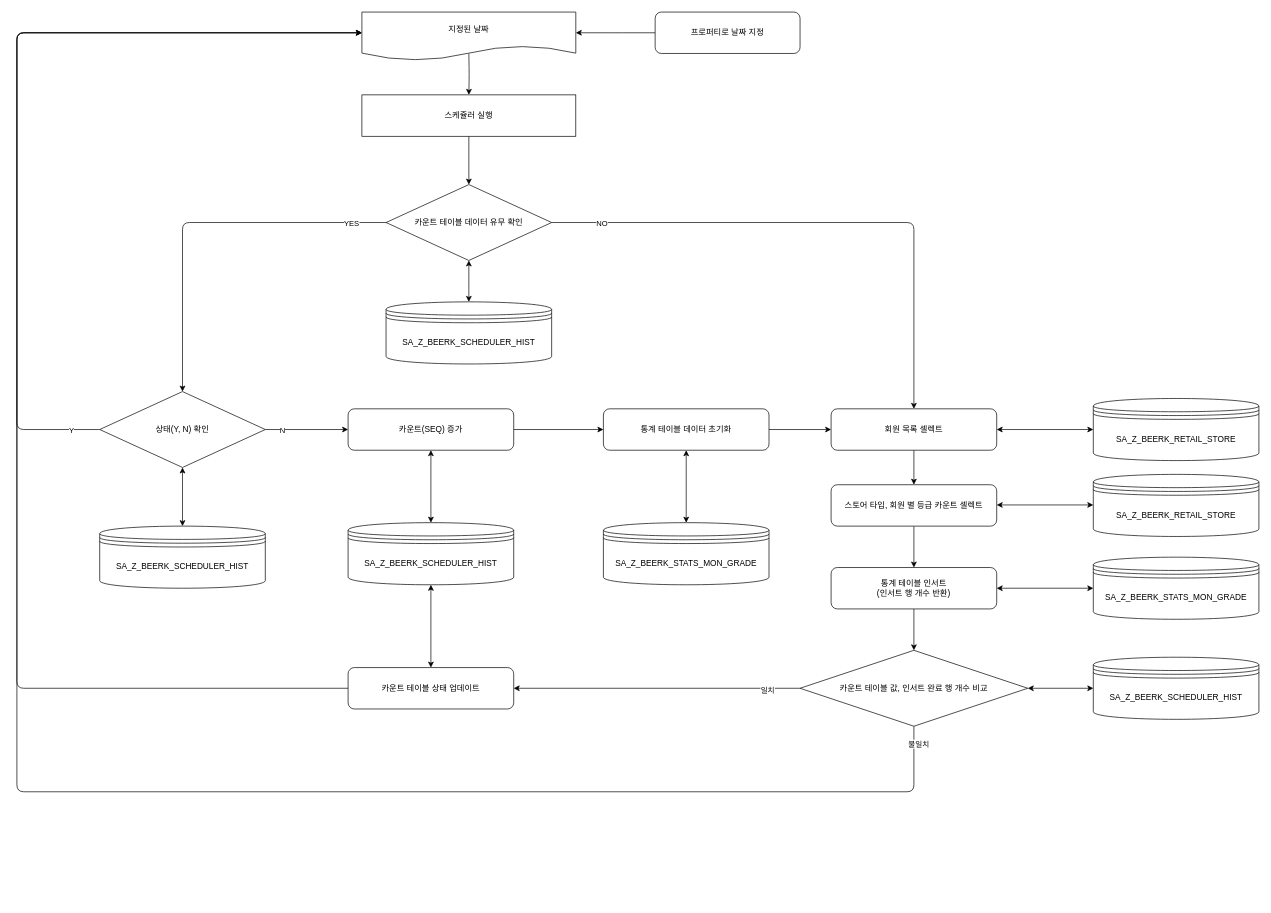
lchj333/Algorism_practice keeps this draw.io diagram as Untitled Diagram.drawio. Above is the earlier version. Source tidied: cells renumbered, new cells numbered last; positions are measured from the earlier drawing's top-left corner, leaving out a move shared by most shapes. Both pictures are drawn from the tidied source at 69%, with x=0, y=0 at pixel (17, 12).
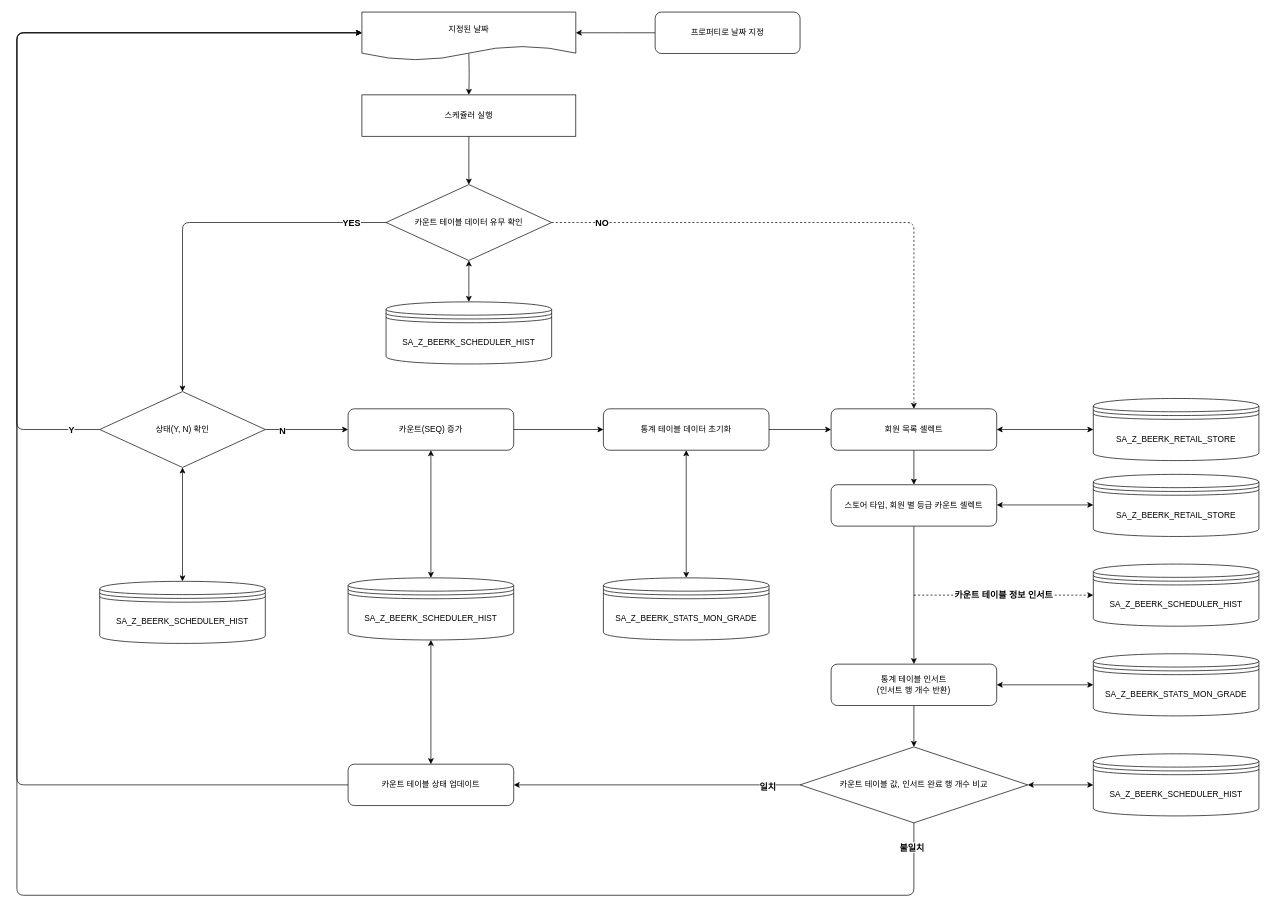
Above is the later version.

The change refers to these unchanged cells:
```xml
<mxCell id="2" style="edgeStyle=orthogonalEdgeStyle;curved=0;rounded=1;sketch=0;jettySize=auto;html=1;" parent="1" edge="1" source="6" target="18">
  <mxGeometry relative="1" as="geometry" />
</mxCell>
<mxCell id="6" value="카운트 테이블 데이터 유무 확인" style="rhombus;whiteSpace=wrap;html=1;rounded=0;sketch=0;" parent="1" vertex="1">
  <mxGeometry x="535" y="250" width="240" height="110" as="geometry" />
</mxCell>
<mxCell id="13" value="회원 목록 셀렉트" style="rounded=1;whiteSpace=wrap;html=1;sketch=0;" parent="1" vertex="1">
  <mxGeometry x="1180" y="575" width="240" height="60" as="geometry" />
</mxCell>
<mxCell id="14" style="edgeStyle=orthogonalEdgeStyle;curved=0;rounded=1;sketch=0;jettySize=auto;html=1;entryX=0;entryY=0.5;entryDx=0;entryDy=0;" parent="1" edge="1" source="18">
  <mxGeometry relative="1" as="geometry">
    <mxPoint x="500" y="30" as="targetPoint" />
    <Array as="points">
      <mxPoint y="605" />
      <mxPoint y="30" />
    </Array>
  </mxGeometry>
</mxCell>
<mxCell id="16" style="edgeStyle=orthogonalEdgeStyle;curved=0;rounded=1;sketch=0;jettySize=auto;html=1;" parent="1" edge="1" source="18" target="20">
  <mxGeometry relative="1" as="geometry" />
</mxCell>
<mxCell id="29" style="edgeStyle=orthogonalEdgeStyle;curved=0;rounded=1;sketch=0;jettySize=auto;html=1;" parent="1" edge="1" source="33" target="24">
  <mxGeometry relative="1" as="geometry" />
</mxCell>
```

What changed in the source:
```diff
@@
-    <mxCell id="3" value="YES" style="edgeLabel;html=1;align=center;verticalAlign=middle;" parent="2" vertex="1">
+    <mxCell id="3" value="YES" style="edgeLabel;html=1;align=center;verticalAlign=middle;fontStyle=1;fontSize=13;" parent="2" vertex="1">
       <mxGeometry x="-0.81" relative="1" as="geometry" />
     </mxCell>
-    <mxCell id="4" style="edgeStyle=orthogonalEdgeStyle;curved=0;rounded=1;sketch=0;jettySize=auto;html=1;" parent="1" edge="1" source="6" target="13">
+    <mxCell id="4" style="edgeStyle=orthogonalEdgeStyle;curved=0;rounded=1;sketch=0;jettySize=auto;html=1;dashed=1;" parent="1" edge="1" source="6" target="13">
       <mxGeometry relative="1" as="geometry" />
     </mxCell>
-    <mxCell id="5" value="NO" style="edgeLabel;html=1;align=center;verticalAlign=middle;" parent="4" vertex="1">
+    <mxCell id="5" value="NO" style="edgeLabel;html=1;align=center;verticalAlign=middle;fontStyle=1;fontSize=13;" parent="4" vertex="1">
       <mxGeometry x="-0.78" relative="1" as="geometry">
         <mxPoint x="-15" as="offset" />
       </mxGeometry>
     </mxCell>
@@
-    <mxCell id="15" value="Y" style="edgeLabel;html=1;align=center;verticalAlign=middle;" parent="14" vertex="1">
+    <mxCell id="15" value="Y" style="edgeLabel;html=1;align=center;verticalAlign=middle;fontStyle=1;fontSize=13;" parent="14" vertex="1">
       <mxGeometry x="-0.93" relative="1" as="geometry" />
     </mxCell>
@@
-    <mxCell id="17" value="N" style="edgeLabel;html=1;align=center;verticalAlign=middle;" parent="16" vertex="1">
+    <mxCell id="17" value="N" style="edgeLabel;html=1;align=center;verticalAlign=middle;fontStyle=1;fontSize=13;" parent="16" vertex="1">
       <mxGeometry x="-0.6" y="-1" relative="1" as="geometry" />
     </mxCell>
@@
-    <mxCell id="23" style="edgeStyle=orthogonalEdgeStyle;curved=0;rounded=1;sketch=0;jettySize=auto;html=1;entryX=0;entryY=0.5;entryDx=0;entryDy=0;" parent="1" edge="1" source="24">
+    <mxCell id="23" style="edgeStyle=orthogonalEdgeStyle;curved=0;rounded=1;sketch=0;jettySize=auto;html=1;entryX=0;entryY=0.5;entryDx=0;entryDy=0;exitX=0;exitY=0.5;exitDx=0;exitDy=0;" parent="1" edge="1" source="24">
       <mxGeometry relative="1" as="geometry">
         <mxPoint x="500" y="30" as="targetPoint" />
         <Array as="points">
-          <mxPoint y="980" />
+          <mxPoint y="1120" />
           <mxPoint y="30" />
         </Array>
       </mxGeometry>
     </mxCell>
     <mxCell id="24" value="카운트 테이블 상태 업데이트" style="rounded=1;whiteSpace=wrap;html=1;sketch=0;" parent="1" vertex="1">
-      <mxGeometry x="480" y="950" width="240" height="60" as="geometry" />
+      <mxGeometry x="480" y="1090" width="240" height="60" as="geometry" />
     </mxCell>
@@
     <mxCell id="26" value="통계 테이블 인서트&lt;br&gt;(인서트 행 개수 반환)" style="rounded=1;whiteSpace=wrap;html=1;sketch=0;" parent="1" vertex="1">
-      <mxGeometry x="1180" y="805" width="240" height="60" as="geometry" />
+      <mxGeometry x="1180" y="945" width="240" height="60" as="geometry" />
     </mxCell>
@@
-    <mxCell id="30" value="일치" style="edgeLabel;html=1;align=center;verticalAlign=middle;" parent="29" vertex="1">
+    <mxCell id="30" value="일치" style="edgeLabel;html=1;align=center;verticalAlign=middle;fontStyle=1;fontSize=13;" parent="29" vertex="1">
       <mxGeometry x="-0.77" y="2" relative="1" as="geometry" />
     </mxCell>
     <mxCell id="31" style="edgeStyle=orthogonalEdgeStyle;curved=0;rounded=1;sketch=0;jettySize=auto;html=1;entryX=0;entryY=0.5;entryDx=0;entryDy=0;" parent="1" edge="1" source="33">
       <mxGeometry relative="1" as="geometry">
         <mxPoint x="500" y="30" as="targetPoint" />
         <Array as="points">
-          <mxPoint x="1300" y="1130" />
-          <mxPoint y="1130" />
+          <mxPoint x="1300" y="1280" />
+          <mxPoint y="1280" />
           <mxPoint y="30" />
         </Array>
       </mxGeometry>
     </mxCell>
-    <mxCell id="32" value="불일치" style="edgeLabel;html=1;align=center;verticalAlign=middle;" parent="31" vertex="1">
+    <mxCell id="32" value="불일치" style="edgeLabel;html=1;align=center;verticalAlign=middle;fontStyle=1;fontSize=13;" parent="31" vertex="1">
       <mxGeometry x="-0.76" y="-2" relative="1" as="geometry">
         <mxPoint x="270.7" y="-68" as="offset" />
       </mxGeometry>
     </mxCell>
-    <mxCell id="33" value="카운트 테이블 값, 인서트 완료 행 개수 비교" style="rhombus;whiteSpace=wrap;html=1;rounded=0;sketch=0;" parent="1" vertex="1">
-      <mxGeometry x="1135" y="925" width="330" height="110" as="geometry" />
+    <mxCell id="33" value="카운트 테이블 값, 인서트 완료 행 개수 비교" style="rhombus;whiteSpace=wrap;html=1;rounded=0;sketch=0;fontSize=12;" parent="1" vertex="1">
+      <mxGeometry x="1135" y="1065" width="330" height="110" as="geometry" />
     </mxCell>
@@
     <mxCell id="37" value="&lt;span&gt;SA_Z_BEERK_SCHEDULER_HIST&lt;/span&gt;" style="shape=datastore;whiteSpace=wrap;html=1;rounded=0;sketch=0;" parent="1" vertex="1">
-      <mxGeometry x="1560" y="935" width="240" height="90" as="geometry" />
+      <mxGeometry x="1560" y="1075" width="240" height="90" as="geometry" />
     </mxCell>
     <mxCell id="38" value="SA_Z_BEERK_STATS_MON_GRADE" style="shape=datastore;whiteSpace=wrap;html=1;rounded=0;sketch=0;" parent="1" vertex="1">
-      <mxGeometry x="1560" y="790" width="240" height="90" as="geometry" />
+      <mxGeometry x="1560" y="930" width="240" height="90" as="geometry" />
     </mxCell>
     <mxCell id="39" value="&lt;span&gt;SA_Z_BEERK_SCHEDULER_HIST&lt;/span&gt;" style="shape=datastore;whiteSpace=wrap;html=1;rounded=0;sketch=0;" parent="1" vertex="1">
-      <mxGeometry x="120" y="745" width="240" height="90" as="geometry" />
+      <mxGeometry x="120" y="825" width="240" height="90" as="geometry" />
     </mxCell>
@@
     <mxCell id="41" value="SA_Z_BEERK_STATS_MON_GRADE" style="shape=datastore;whiteSpace=wrap;html=1;rounded=0;sketch=0;" parent="1" vertex="1">
-      <mxGeometry x="850" y="740" width="240" height="90" as="geometry" />
+      <mxGeometry x="850" y="820" width="240" height="90" as="geometry" />
     </mxCell>
@@
-    <mxCell id="47" style="endArrow=classic;startArrow=classic;html=1;exitX=0;exitY=0.5;exitDx=0;exitDy=0;entryX=1;entryY=0.5;entryDx=0;entryDy=0;" parent="1" edge="1">
-      <mxGeometry relative="1" as="geometry">
-        <mxPoint x="1560" y="835" as="sourcePoint" />
-        <mxPoint x="1420" y="835" as="targetPoint" />
-      </mxGeometry>
+    <mxCell id="47" style="endArrow=classic;startArrow=classic;html=1;exitX=0;exitY=0.5;exitDx=0;exitDy=0;entryX=1;entryY=0.5;entryDx=0;entryDy=0;" parent="1" edge="1" source="38" target="26">
+      <mxGeometry relative="1" as="geometry" />
     </mxCell>
     <mxCell id="48" value="SA_Z_BEERK_SCHEDULER_HIST" style="shape=datastore;whiteSpace=wrap;html=1;rounded=0;sketch=0;" parent="1" vertex="1">
-      <mxGeometry x="480" y="740" width="240" height="90" as="geometry" />
+      <mxGeometry x="480" y="820" width="240" height="90" as="geometry" />
     </mxCell>
@@
+    <mxCell id="52" value="SA_Z_BEERK_SCHEDULER_HIST" style="shape=datastore;whiteSpace=wrap;html=1;rounded=0;sketch=0;" parent="1" vertex="1">
+      <mxGeometry x="1560" y="800" width="240" height="90" as="geometry" />
+    </mxCell>
+    <mxCell id="53" value="&lt;span style=&quot;font-size: 13px;&quot;&gt;&lt;font style=&quot;font-size: 13px;&quot;&gt;카운트 테이블 정보 인서트&lt;/font&gt;&lt;/span&gt;" style="endArrow=classic;endSize=6;dashed=1;html=1;fontSize=13;entryX=0;entryY=0.5;entryDx=0;entryDy=0;endFill=1;jumpSize=6;fontStyle=1;" parent="1" edge="1" target="52">
+      <mxGeometry relative="1" as="geometry">
+        <mxPoint x="1300" y="845" as="sourcePoint" />
+      </mxGeometry>
+    </mxCell>
```
